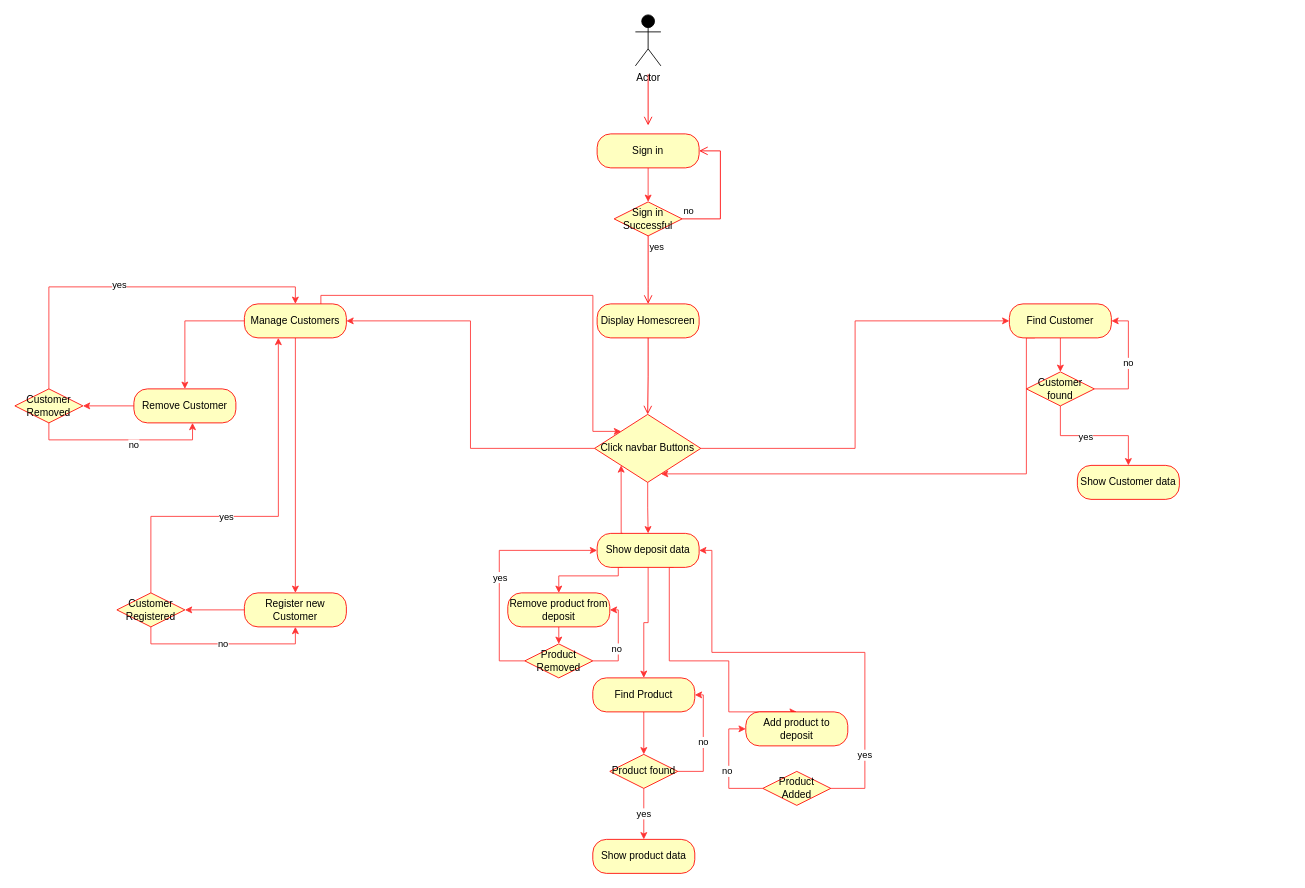
Earlier version of the draw.io diagram images/diagrams/flow-diagram.drawio (CaetanoJS/software-laboratory). Source tidied: cells renumbered, new cells numbered last; positions are measured from the earlier drawing's top-left corner, leaving out a move shared by most shapes. Both pictures are drawn from the tidied source at 85%, with x=0, y=0 at pixel (14, 14).
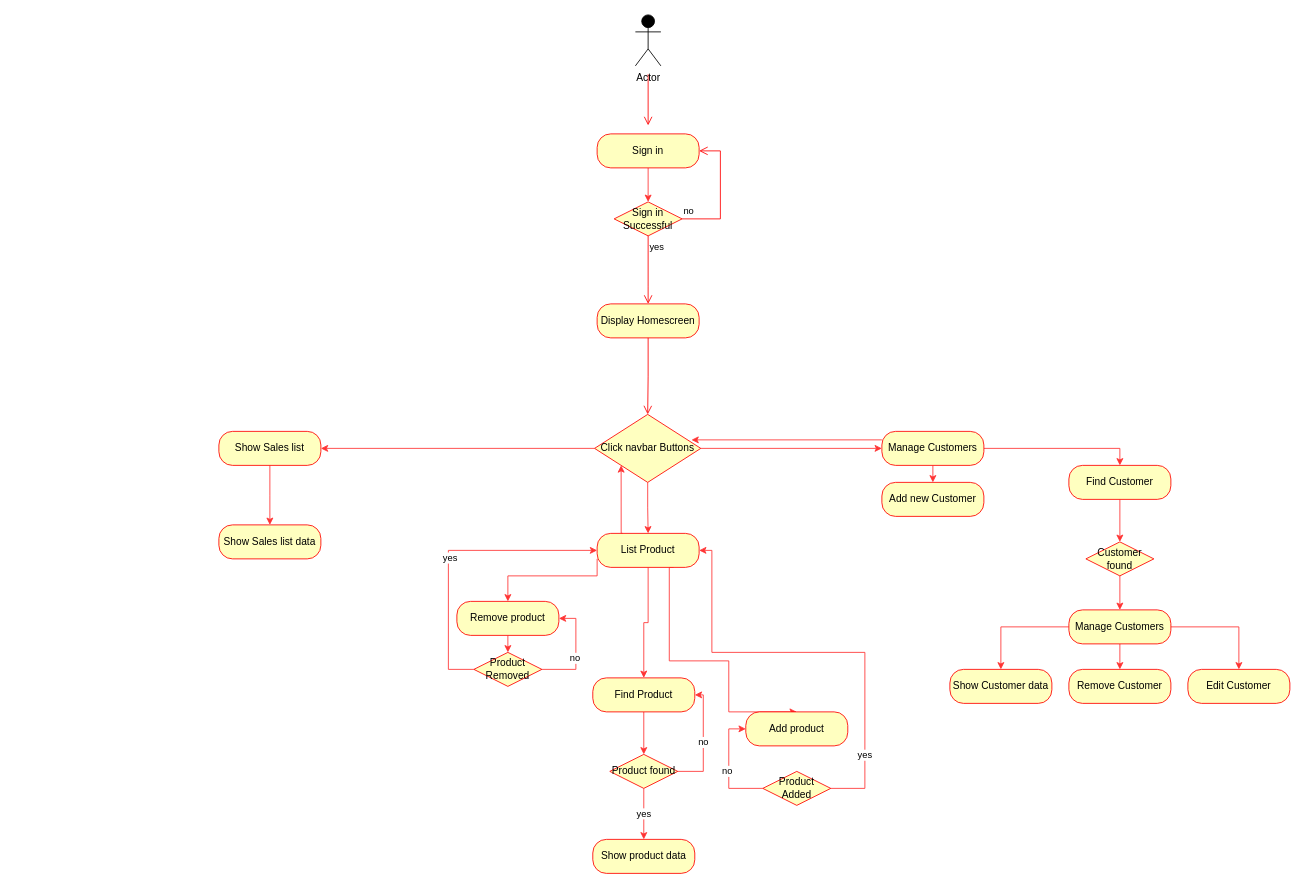
Above is the later version.

The change refers to these unchanged cells:
```xml
<mxCell id="64" value="Click navbar Buttons" style="rhombus;whiteSpace=wrap;html=1;fillColor=#ffffc0;strokeColor=#ff0000;labelBackgroundColor=none;" parent="1" vertex="1">
  <mxGeometry x="682" y="470" width="125" height="80" as="geometry" />
</mxCell>
```

Change to the diagram source:
```diff
@@
-    <mxCell id="5" style="edgeStyle=orthogonalEdgeStyle;rounded=0;jettySize=auto;html=1;strokeColor=#FF3333;" parent="1" edge="1" source="8" target="21">
-      <mxGeometry relative="1" as="geometry" />
-    </mxCell>
-    <mxCell id="6" style="edgeStyle=orthogonalEdgeStyle;rounded=0;jettySize=auto;html=1;exitX=0;exitY=0.5;exitDx=0;exitDy=0;strokeColor=#FF3333;entryX=0.5;entryY=0;entryDx=0;entryDy=0;" parent="1" edge="1" source="8" target="23">
-      <mxGeometry relative="1" as="geometry" />
-    </mxCell>
+    <mxCell id="65" style="edgeStyle=orthogonalEdgeStyle;rounded=0;jettySize=auto;html=1;entryX=0.5;entryY=0;entryDx=0;entryDy=0;fillColor=#FF3333;strokeColor=#FF3333;" parent="1" edge="1" source="8" target="11">
+      <mxGeometry relative="1" as="geometry" />
+    </mxCell>
+    <mxCell id="66" style="edgeStyle=orthogonalEdgeStyle;rounded=0;jettySize=auto;html=1;exitX=0.5;exitY=1;exitDx=0;exitDy=0;entryX=0.5;entryY=0;entryDx=0;entryDy=0;strokeColor=#FF3333;fillColor=#FF3333;" parent="1" edge="1" source="8" target="69">
+      <mxGeometry relative="1" as="geometry" />
+    </mxCell>
-    <mxCell id="7" style="edgeStyle=orthogonalEdgeStyle;rounded=0;jettySize=auto;html=1;exitX=0.75;exitY=0;exitDx=0;exitDy=0;entryX=0;entryY=0;entryDx=0;entryDy=0;strokeColor=#FF3333;" parent="1" edge="1" source="8" target="64">
-      <mxGeometry relative="1" as="geometry">
-        <Array as="points">
-          <mxPoint x="360" y="330" />
-          <mxPoint x="680" y="330" />
-          <mxPoint x="680" y="490" />
-        </Array>
-      </mxGeometry>
+    <mxCell id="7" style="edgeStyle=orthogonalEdgeStyle;rounded=0;jettySize=auto;html=1;exitX=0;exitY=0.25;exitDx=0;exitDy=0;entryX=0.912;entryY=0.375;entryDx=0;entryDy=0;entryPerimeter=0;strokeColor=#FF3333;fillColor=#FF3333;" parent="1" edge="1" source="8" target="64">
+      <mxGeometry relative="1" as="geometry" />
     </mxCell>
     <mxCell id="8" value="Manage Customers" style="rounded=1;whiteSpace=wrap;html=1;arcSize=40;fontColor=#000000;fillColor=#ffffc0;strokeColor=#ff0000;labelBackgroundColor=none;" parent="1" vertex="1">
-      <mxGeometry x="270" y="340" width="120" height="40" as="geometry" />
+      <mxGeometry x="1020" y="490" width="120" height="40" as="geometry" />
     </mxCell>
-    <mxCell id="9" style="edgeStyle=orthogonalEdgeStyle;rounded=0;jettySize=auto;html=1;exitX=0.5;exitY=1;exitDx=0;exitDy=0;entryX=0.5;entryY=0;entryDx=0;entryDy=0;strokeColor=#FF3333;" parent="1" edge="1" source="11" target="32">
+    <mxCell id="9" style="edgeStyle=orthogonalEdgeStyle;rounded=0;jettySize=auto;html=1;exitX=0.5;exitY=1;exitDx=0;exitDy=0;entryX=0.5;entryY=0;entryDx=0;entryDy=0;strokeColor=#FF3333;fillColor=#FF3333;" parent="1" edge="1" source="11" target="32">
       <mxGeometry relative="1" as="geometry" />
     </mxCell>
-    <mxCell id="10" style="edgeStyle=orthogonalEdgeStyle;rounded=0;jettySize=auto;html=1;exitX=0.25;exitY=1;exitDx=0;exitDy=0;strokeColor=#FF3333;" parent="1" edge="1" source="11" target="64">
-      <mxGeometry relative="1" as="geometry">
-        <Array as="points">
-          <mxPoint x="1190" y="380" />
-          <mxPoint x="1190" y="540" />
-        </Array>
-      </mxGeometry>
-    </mxCell>
     <mxCell id="11" value="Find Customer" style="rounded=1;whiteSpace=wrap;html=1;arcSize=40;fontColor=#000000;fillColor=#ffffc0;strokeColor=#ff0000;labelBackgroundColor=none;" parent="1" vertex="1">
-      <mxGeometry x="1170" y="340" width="120" height="40" as="geometry" />
+      <mxGeometry x="1240" y="530" width="120" height="40" as="geometry" />
     </mxCell>
@@
-    <mxCell id="13" style="edgeStyle=orthogonalEdgeStyle;rounded=0;jettySize=auto;html=1;exitX=0.25;exitY=1;exitDx=0;exitDy=0;entryX=0.5;entryY=0;entryDx=0;entryDy=0;strokeColor=#FF3333;" parent="1" edge="1" source="16" target="19">
-      <mxGeometry relative="1" as="geometry">
-        <Array as="points">
-          <mxPoint x="709.9" y="660" />
-          <mxPoint x="639.9" y="660" />
-        </Array>
-      </mxGeometry>
-    </mxCell>
@@
+    <mxCell id="13" style="edgeStyle=orthogonalEdgeStyle;rounded=0;jettySize=auto;html=1;exitX=0;exitY=0.75;exitDx=0;exitDy=0;entryX=0.5;entryY=0;entryDx=0;entryDy=0;strokeColor=#FF3333;fillColor=#FF3333;" parent="1" edge="1" source="16" target="19">
+      <mxGeometry relative="1" as="geometry">
+        <Array as="points">
+          <mxPoint x="685" y="660" />
+          <mxPoint x="580" y="660" />
+        </Array>
+      </mxGeometry>
+    </mxCell>
-    <mxCell id="16" value="Show deposit data" style="rounded=1;whiteSpace=wrap;html=1;arcSize=40;fontColor=#000000;fillColor=#ffffc0;strokeColor=#ff0000;labelBackgroundColor=none;" parent="1" vertex="1">
+    <mxCell id="16" value="List Product" style="rounded=1;whiteSpace=wrap;html=1;arcSize=40;fontColor=#000000;fillColor=#ffffc0;strokeColor=#ff0000;labelBackgroundColor=none;" parent="1" vertex="1">
       <mxGeometry x="685" y="610" width="120" height="40" as="geometry" />
     </mxCell>
-    <mxCell id="17" value="Add product to deposit" style="rounded=1;whiteSpace=wrap;html=1;arcSize=40;fontColor=#000000;fillColor=#ffffc0;strokeColor=#ff0000;labelBackgroundColor=none;" parent="1" vertex="1">
+    <mxCell id="17" value="Add product" style="rounded=1;whiteSpace=wrap;html=1;arcSize=40;fontColor=#000000;fillColor=#ffffc0;strokeColor=#ff0000;labelBackgroundColor=none;" parent="1" vertex="1">
       <mxGeometry x="859.9" y="820" width="120" height="40" as="geometry" />
     </mxCell>
@@
-    <mxCell id="19" value="Remove product from deposit" style="rounded=1;whiteSpace=wrap;html=1;arcSize=40;fontColor=#000000;fillColor=#ffffc0;strokeColor=#ff0000;labelBackgroundColor=none;" parent="1" vertex="1">
-      <mxGeometry x="579.9" y="680" width="120" height="40" as="geometry" />
+    <mxCell id="19" value="Remove product" style="rounded=1;whiteSpace=wrap;html=1;arcSize=40;fontColor=#000000;fillColor=#ffffc0;strokeColor=#ff0000;labelBackgroundColor=none;" parent="1" vertex="1">
+      <mxGeometry x="520" y="690" width="120" height="40" as="geometry" />
     </mxCell>
-    <mxCell id="20" style="edgeStyle=orthogonalEdgeStyle;rounded=0;jettySize=auto;html=1;exitX=0;exitY=0.5;exitDx=0;exitDy=0;entryX=1;entryY=0.5;entryDx=0;entryDy=0;strokeColor=#FF3333;" parent="1" edge="1" source="21" target="49">
-      <mxGeometry relative="1" as="geometry" />
-    </mxCell>
-    <mxCell id="21" value="Register new Customer" style="rounded=1;whiteSpace=wrap;html=1;arcSize=40;fontColor=#000000;fillColor=#ffffc0;strokeColor=#ff0000;labelBackgroundColor=none;" parent="1" vertex="1">
-      <mxGeometry x="270" y="680" width="120" height="40" as="geometry" />
-    </mxCell>
-    <mxCell id="22" style="edgeStyle=orthogonalEdgeStyle;rounded=0;jettySize=auto;html=1;exitX=0;exitY=0.5;exitDx=0;exitDy=0;entryX=1;entryY=0.5;entryDx=0;entryDy=0;strokeColor=#FF3333;" parent="1" edge="1" source="23" target="45">
-      <mxGeometry relative="1" as="geometry" />
-    </mxCell>
-    <mxCell id="23" value="Remove Customer" style="rounded=1;whiteSpace=wrap;html=1;arcSize=40;fontColor=#000000;fillColor=#ffffc0;strokeColor=#ff0000;labelBackgroundColor=none;" parent="1" vertex="1">
-      <mxGeometry x="140" y="440" width="120" height="40" as="geometry" />
-    </mxCell>
@@
-    <mxCell id="29" value="no" style="edgeStyle=orthogonalEdgeStyle;rounded=0;jettySize=auto;html=1;exitX=1;exitY=0.5;exitDx=0;exitDy=0;entryX=1;entryY=0.5;entryDx=0;entryDy=0;strokeColor=#FF3333;" parent="1" edge="1" source="32" target="11">
-      <mxGeometry relative="1" as="geometry">
-        <Array as="points">
-          <mxPoint x="1310" y="440" />
-          <mxPoint x="1310" y="360" />
-        </Array>
-      </mxGeometry>
-    </mxCell>
-    <mxCell id="30" style="edgeStyle=orthogonalEdgeStyle;rounded=0;jettySize=auto;html=1;exitX=0.5;exitY=1;exitDx=0;exitDy=0;entryX=0.5;entryY=0;entryDx=0;entryDy=0;strokeColor=#FF3333;" parent="1" edge="1" source="32" target="33">
-      <mxGeometry relative="1" as="geometry" />
-    </mxCell>
-    <mxCell id="31" value="yes" style="edgeLabel;html=1;align=center;verticalAlign=middle;" parent="30" vertex="1">
-      <mxGeometry x="-0.15" y="-1" relative="1" as="geometry" />
-    </mxCell>
+    <mxCell id="67" style="edgeStyle=orthogonalEdgeStyle;rounded=0;jettySize=auto;html=1;strokeColor=#FF3333;fillColor=#FF3333;" parent="1" edge="1" source="32" target="73">
+      <mxGeometry relative="1" as="geometry" />
+    </mxCell>
     <mxCell id="32" value="Customer found" style="rhombus;whiteSpace=wrap;html=1;fillColor=#ffffc0;strokeColor=#ff0000;labelBackgroundColor=none;" parent="1" vertex="1">
-      <mxGeometry x="1190" y="420" width="80" height="40" as="geometry" />
+      <mxGeometry x="1260" y="620" width="80" height="40" as="geometry" />
     </mxCell>
     <mxCell id="33" value="Show Customer data" style="rounded=1;whiteSpace=wrap;html=1;arcSize=40;fontColor=#000000;fillColor=#ffffc0;strokeColor=#ff0000;labelBackgroundColor=none;" parent="1" vertex="1">
-      <mxGeometry x="1250" y="530" width="120" height="40" as="geometry" />
+      <mxGeometry x="1100" y="770" width="120" height="40" as="geometry" />
     </mxCell>
@@
-    <mxCell id="41" style="edgeStyle=orthogonalEdgeStyle;rounded=0;jettySize=auto;html=1;exitX=0.5;exitY=0;exitDx=0;exitDy=0;entryX=0.5;entryY=0;entryDx=0;entryDy=0;strokeColor=#FF3333;" parent="1" edge="1" source="45" target="8">
-      <mxGeometry relative="1" as="geometry" />
-    </mxCell>
-    <mxCell id="42" value="yes" style="edgeLabel;html=1;align=center;verticalAlign=middle;" parent="41" vertex="1">
-      <mxGeometry x="-0.06" y="3" relative="1" as="geometry" />
-    </mxCell>
-    <mxCell id="43" style="edgeStyle=orthogonalEdgeStyle;rounded=0;jettySize=auto;html=1;exitX=0.5;exitY=1;exitDx=0;exitDy=0;entryX=0.575;entryY=1;entryDx=0;entryDy=0;entryPerimeter=0;strokeColor=#FF3333;" parent="1" edge="1" source="45" target="23">
-      <mxGeometry relative="1" as="geometry" />
-    </mxCell>
-    <mxCell id="44" value="no" style="edgeLabel;html=1;align=center;verticalAlign=middle;" parent="43" vertex="1">
-      <mxGeometry x="0.14" y="-5" relative="1" as="geometry" />
-    </mxCell>
-    <mxCell id="45" value="Customer Removed" style="rhombus;whiteSpace=wrap;html=1;fillColor=#ffffc0;strokeColor=#ff0000;labelBackgroundColor=none;" parent="1" vertex="1">
-      <mxGeometry y="440" width="80" height="40" as="geometry" />
-    </mxCell>
-    <mxCell id="46" value="no" style="edgeStyle=orthogonalEdgeStyle;rounded=0;jettySize=auto;html=1;exitX=0.5;exitY=1;exitDx=0;exitDy=0;entryX=0.5;entryY=1;entryDx=0;entryDy=0;strokeColor=#FF3333;" parent="1" edge="1" source="49" target="21">
-      <mxGeometry relative="1" as="geometry">
-        <Array as="points">
-          <mxPoint x="160" y="740" />
-          <mxPoint x="330" y="740" />
-        </Array>
-      </mxGeometry>
-    </mxCell>
-    <mxCell id="47" style="edgeStyle=orthogonalEdgeStyle;rounded=0;jettySize=auto;html=1;exitX=0.5;exitY=0;exitDx=0;exitDy=0;entryX=0.333;entryY=1;entryDx=0;entryDy=0;entryPerimeter=0;strokeColor=#FF3333;" parent="1" edge="1" source="49" target="8">
-      <mxGeometry relative="1" as="geometry">
-        <Array as="points">
-          <mxPoint x="160" y="590" />
-          <mxPoint x="310" y="590" />
-        </Array>
-      </mxGeometry>
-    </mxCell>
-    <mxCell id="48" value="yes" style="edgeLabel;html=1;align=center;verticalAlign=middle;" parent="47" vertex="1">
-      <mxGeometry x="-0.21" y="-2" relative="1" as="geometry">
-        <mxPoint y="-2" as="offset" />
-      </mxGeometry>
-    </mxCell>
-    <mxCell id="49" value="Customer Registered" style="rhombus;whiteSpace=wrap;html=1;fillColor=#ffffc0;strokeColor=#ff0000;labelBackgroundColor=none;" parent="1" vertex="1">
-      <mxGeometry x="120" y="680" width="80" height="40" as="geometry" />
-    </mxCell>
     <mxCell id="50" style="edgeStyle=orthogonalEdgeStyle;rounded=0;jettySize=auto;html=1;exitX=0;exitY=0.5;exitDx=0;exitDy=0;entryX=0;entryY=0.5;entryDx=0;entryDy=0;strokeColor=#FF3333;" parent="1" edge="1" source="54" target="16">
       <mxGeometry relative="1" as="geometry">
         <Array as="points">
-          <mxPoint x="569.9" y="760" />
-          <mxPoint x="569.9" y="630" />
+          <mxPoint x="510" y="770" />
+          <mxPoint x="510" y="630" />
         </Array>
       </mxGeometry>
     </mxCell>
@@
     <mxCell id="52" style="edgeStyle=orthogonalEdgeStyle;rounded=0;jettySize=auto;html=1;exitX=1;exitY=0.5;exitDx=0;exitDy=0;entryX=1;entryY=0.5;entryDx=0;entryDy=0;strokeColor=#FF3333;" parent="1" edge="1" source="54" target="19">
       <mxGeometry relative="1" as="geometry">
         <Array as="points">
-          <mxPoint x="709.9" y="760" />
-          <mxPoint x="709.9" y="700" />
+          <mxPoint x="660" y="770" />
+          <mxPoint x="660" y="710" />
         </Array>
       </mxGeometry>
     </mxCell>
@@
     <mxCell id="54" value="Product Removed" style="rhombus;whiteSpace=wrap;html=1;fillColor=#ffffc0;strokeColor=#ff0000;labelBackgroundColor=none;" parent="1" vertex="1">
-      <mxGeometry x="599.9" y="740" width="80" height="40" as="geometry" />
+      <mxGeometry x="540" y="750" width="80" height="40" as="geometry" />
     </mxCell>
@@
-    <mxCell id="61" style="edgeStyle=orthogonalEdgeStyle;rounded=0;jettySize=auto;html=1;exitX=1;exitY=0.5;exitDx=0;exitDy=0;entryX=0;entryY=0.5;entryDx=0;entryDy=0;strokeColor=#FF3333;" parent="1" edge="1" source="64" target="11">
-      <mxGeometry relative="1" as="geometry" />
-    </mxCell>
+    <mxCell id="63" style="edgeStyle=orthogonalEdgeStyle;rounded=0;jettySize=auto;html=1;exitX=0.5;exitY=1;exitDx=0;exitDy=0;entryX=0.5;entryY=0;entryDx=0;entryDy=0;strokeColor=#FF3333;" parent="1" edge="1" source="64" target="16">
+      <mxGeometry relative="1" as="geometry" />
+    </mxCell>
-    <mxCell id="62" style="edgeStyle=orthogonalEdgeStyle;rounded=0;jettySize=auto;html=1;exitX=0;exitY=0.5;exitDx=0;exitDy=0;entryX=1;entryY=0.5;entryDx=0;entryDy=0;strokeColor=#FF3333;" parent="1" edge="1" source="64" target="8">
+    <mxCell id="62" style="edgeStyle=orthogonalEdgeStyle;rounded=0;jettySize=auto;html=1;exitX=1;exitY=0.5;exitDx=0;exitDy=0;entryX=0;entryY=0.5;entryDx=0;entryDy=0;strokeColor=#FF3333;fillColor=#FF3333;" parent="1" edge="1" source="64" target="8">
       <mxGeometry relative="1" as="geometry" />
     </mxCell>
-    <mxCell id="63" style="edgeStyle=orthogonalEdgeStyle;rounded=0;jettySize=auto;html=1;exitX=0.5;exitY=1;exitDx=0;exitDy=0;entryX=0.5;entryY=0;entryDx=0;entryDy=0;strokeColor=#FF3333;" parent="1" edge="1" source="64" target="16">
-      <mxGeometry relative="1" as="geometry" />
-    </mxCell>
+    <mxCell id="68" style="edgeStyle=orthogonalEdgeStyle;rounded=0;jettySize=auto;html=1;exitX=0;exitY=0.5;exitDx=0;exitDy=0;strokeColor=#FF3333;fillColor=#FF3333;" parent="1" edge="1" source="64" target="76">
+      <mxGeometry relative="1" as="geometry" />
+    </mxCell>
@@
+    <mxCell id="69" value="Add new Customer" style="rounded=1;whiteSpace=wrap;html=1;arcSize=40;fontColor=#000000;fillColor=#ffffc0;strokeColor=#ff0000;labelBackgroundColor=none;" parent="1" vertex="1">
+      <mxGeometry x="1020" y="550" width="120" height="40" as="geometry" />
+    </mxCell>
+    <mxCell id="70" style="edgeStyle=orthogonalEdgeStyle;rounded=0;jettySize=auto;html=1;exitX=0;exitY=0.5;exitDx=0;exitDy=0;entryX=0.5;entryY=0;entryDx=0;entryDy=0;strokeColor=#FF3333;fillColor=#FF3333;" parent="1" edge="1" source="73" target="33">
+      <mxGeometry relative="1" as="geometry" />
+    </mxCell>
+    <mxCell id="71" style="edgeStyle=orthogonalEdgeStyle;rounded=0;jettySize=auto;html=1;exitX=0.5;exitY=1;exitDx=0;exitDy=0;entryX=0.5;entryY=0;entryDx=0;entryDy=0;strokeColor=#FF3333;fillColor=#FF3333;" parent="1" edge="1" source="73" target="23">
+      <mxGeometry relative="1" as="geometry" />
+    </mxCell>
+    <mxCell id="72" style="edgeStyle=orthogonalEdgeStyle;rounded=0;jettySize=auto;html=1;exitX=1;exitY=0.5;exitDx=0;exitDy=0;entryX=0.5;entryY=0;entryDx=0;entryDy=0;strokeColor=#FF3333;fillColor=#FF3333;" parent="1" edge="1" source="73" target="74">
+      <mxGeometry relative="1" as="geometry" />
+    </mxCell>
+    <mxCell id="73" value="Manage Customers" style="rounded=1;whiteSpace=wrap;html=1;arcSize=40;fontColor=#000000;fillColor=#ffffc0;strokeColor=#ff0000;labelBackgroundColor=none;" parent="1" vertex="1">
+      <mxGeometry x="1240" y="700" width="120" height="40" as="geometry" />
+    </mxCell>
+    <mxCell id="23" value="Remove Customer" style="rounded=1;whiteSpace=wrap;html=1;arcSize=40;fontColor=#000000;fillColor=#ffffc0;strokeColor=#ff0000;labelBackgroundColor=none;" parent="1" vertex="1">
+      <mxGeometry x="1240" y="770" width="120" height="40" as="geometry" />
+    </mxCell>
+    <mxCell id="74" value="Edit Customer" style="rounded=1;whiteSpace=wrap;html=1;arcSize=40;fontColor=#000000;fillColor=#ffffc0;strokeColor=#ff0000;labelBackgroundColor=none;" parent="1" vertex="1">
+      <mxGeometry x="1380" y="770" width="120" height="40" as="geometry" />
+    </mxCell>
+    <mxCell id="75" style="edgeStyle=orthogonalEdgeStyle;rounded=0;jettySize=auto;html=1;exitX=0.5;exitY=1;exitDx=0;exitDy=0;strokeColor=#FF3333;fillColor=#FF3333;" parent="1" edge="1" source="76">
+      <mxGeometry relative="1" as="geometry">
+        <mxPoint x="300" y="600" as="targetPoint" />
+      </mxGeometry>
+    </mxCell>
+    <mxCell id="76" value="Show Sales list" style="rounded=1;whiteSpace=wrap;html=1;arcSize=40;fontColor=#000000;fillColor=#ffffc0;strokeColor=#ff0000;labelBackgroundColor=none;" parent="1" vertex="1">
+      <mxGeometry x="240" y="490" width="120" height="40" as="geometry" />
+    </mxCell>
+    <mxCell id="77" value="Show Sales list data" style="rounded=1;whiteSpace=wrap;html=1;arcSize=40;fontColor=#000000;fillColor=#ffffc0;strokeColor=#ff0000;labelBackgroundColor=none;" parent="1" vertex="1">
+      <mxGeometry x="240" y="600" width="120" height="40" as="geometry" />
+    </mxCell>
```
